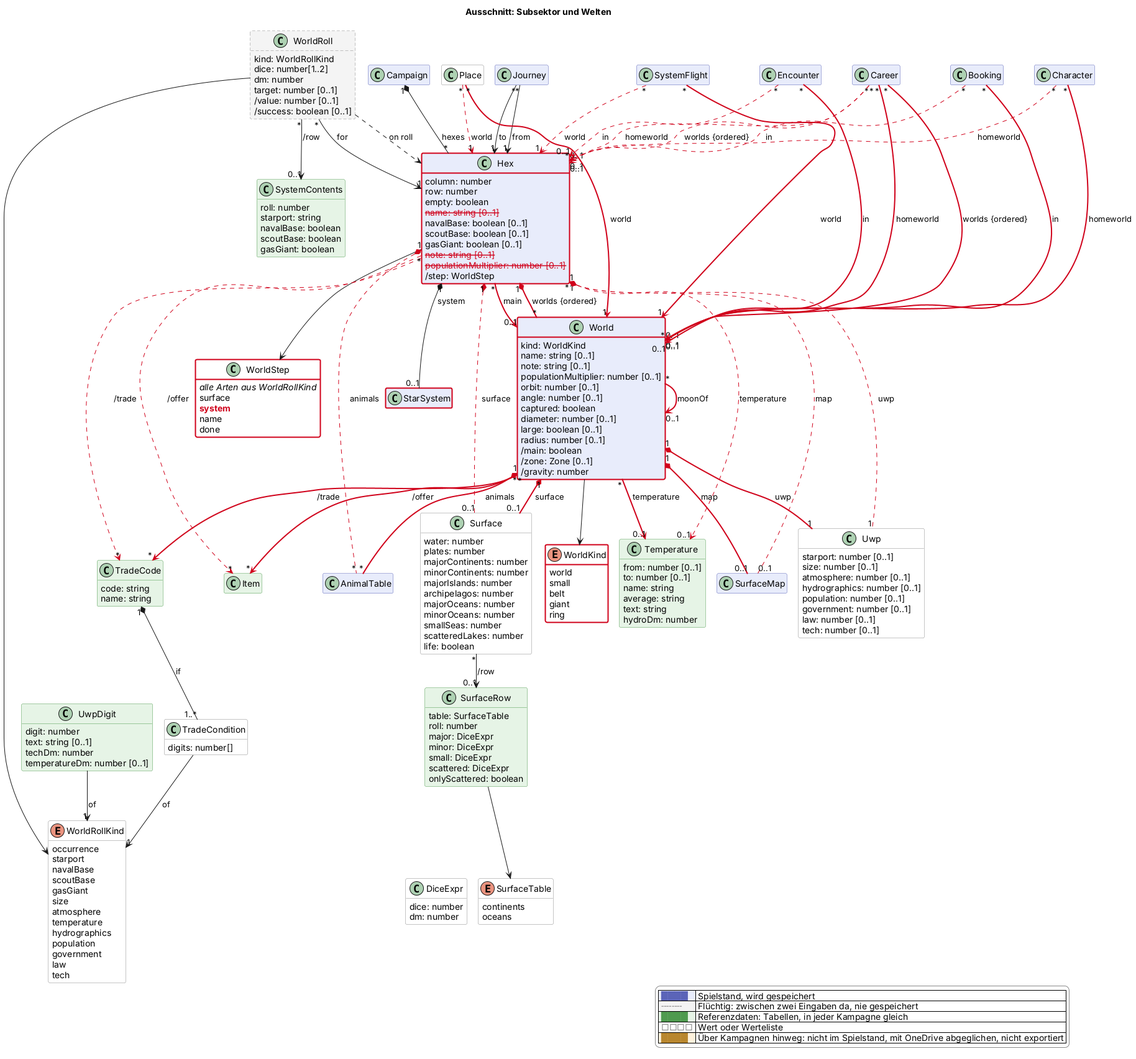
Before: docs/views/sektor.png, a diagram exported from PlantUML (scuzzar/SRE).
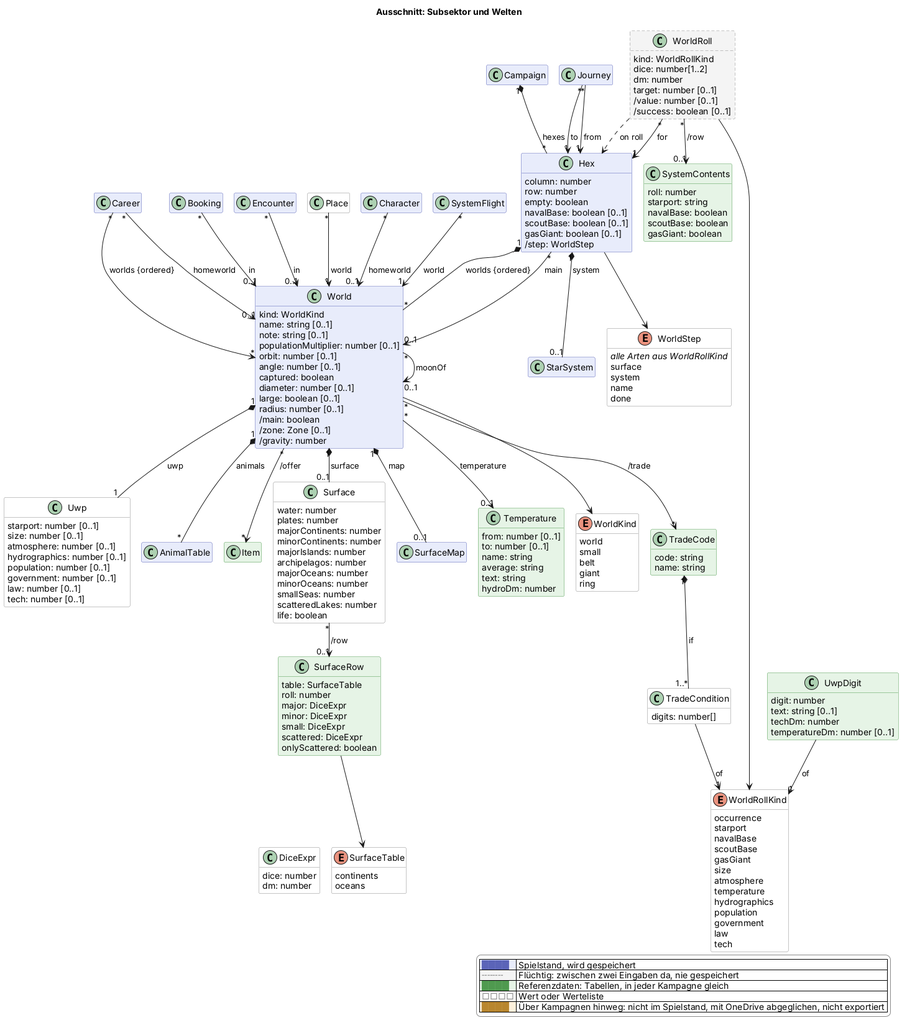
The same diagram one commit later.

Change to the diagram source:
```diff
@@ -83,15 +83,12 @@
     column: number
     row: number
     empty: boolean
-    $gone("2026-11-20b", "name: string [0..1]")
     navalBase: boolean [0..1]
     scoutBase: boolean [0..1]
     gasGiant: boolean [0..1]
-    $gone("2026-11-20b", "note: string [0..1]")
-    $gone("2026-11-20b", "populationMultiplier: number [0..1]")
     /step: WorldStep
   }
-  class World $sektor $newClass("2026-11-20b") {
+  class World $sektor {
     kind: WorldKind
     name: string [0..1]
     note: string [0..1]
@@ -106,7 +103,7 @@
     /zone: Zone [0..1]
     /gravity: number
   }
-  enum WorldKind <<value>> $sektor $newClass("2026-11-20b") {
+  enum WorldKind <<value>> $sektor {
     world
     small
     belt
@@ -218,51 +215,40 @@
   enum WorldStep <<value>> $sektor {
     <i>alle Arten aus WorldRollKind</i>
     surface
-    $new("2026-11-20", "system")
+    system
     name
     done
   }
 
-Booking "*" -$goneArrow("2026-11-20b")-> "0..1" Hex : in
-Booking "*" -$newArrow("2026-11-20b")-> "0..1" World : in
+Booking "*" --> "0..1" World : in
 
 
-SystemFlight "*" -$goneArrow("2026-11-20b")-> "1" Hex : world
-SystemFlight "*" -$newArrow("2026-11-20b")-> "1" World : world
+SystemFlight "*" --> "1" World : world
 Hex "1" *-- "0..1" StarSystem : system
-Hex "1" *-$newArrow("2026-11-20b")- "*" World : worlds {ordered}
-Hex "*" -$newArrow("2026-11-20b")-> "0..1" World : main
-World "*" -$newArrow("2026-11-20b")-> "0..1" World : moonOf
+Hex "1" *-- "*" World : worlds {ordered}
+Hex "*" --> "0..1" World : main
+World "*" --> "0..1" World : moonOf
 World --> WorldKind
 
 Journey "*" --> "1" Hex : from
 Journey "*" --> "1" Hex : to
 
-Career "*" -$goneArrow("2026-11-20b")-> "0..1" Hex : homeworld
-Career "*" -$newArrow("2026-11-20b")-> "0..1" World : homeworld
-Career "*" -$goneArrow("2026-11-20b")-> "*" Hex : worlds {ordered}
-Career "*" -$newArrow("2026-11-20b")-> "*" World : worlds {ordered}
-Character "*" -$goneArrow("2026-11-20b")-> "0..1" Hex : homeworld
-Character "*" -$newArrow("2026-11-20b")-> "0..1" World : homeworld
+Career "*" --> "0..1" World : homeworld
+Career "*" --> "*" World : worlds {ordered}
+Character "*" --> "0..1" World : homeworld
 
 
 Campaign "1" *-- "*" Hex : hexes
-Hex "1" *-$goneArrow("2026-11-20b")- "1" Uwp : uwp
-World "1" *-$newArrow("2026-11-20b")- "1" Uwp : uwp
+World "1" *-- "1" Uwp : uwp
 Hex --> WorldStep
 WorldRoll "*" --> "1" Hex : for
 WorldRoll ..> Hex : on roll
-Hex "*" -$goneArrow("2026-11-20b")-> "*" TradeCode : /trade
-World "*" -$newArrow("2026-11-20b")-> "*" TradeCode : /trade
-Hex "*" -$goneArrow("2026-11-20b")-> "0..1" Temperature : temperature
-World "*" -$newArrow("2026-11-20b")-> "0..1" Temperature : temperature
-Hex "1" *-$goneArrow("2026-11-20b")- "0..1" Surface : surface
-World "1" *-$newArrow("2026-11-20b")- "0..1" Surface : surface
+World "*" --> "*" TradeCode : /trade
+World "*" --> "0..1" Temperature : temperature
+World "1" *-- "0..1" Surface : surface
 Surface "*" --> "0..1" SurfaceRow : /row
-Hex "1" *-$goneArrow("2026-11-20b")- "0..1" SurfaceMap : map
-World "1" *-$newArrow("2026-11-20b")- "0..1" SurfaceMap : map
-Place "*" -$goneArrow("2026-11-20b")-> "1" Hex : world
-Place "*" -$newArrow("2026-11-20b")-> "1" World : world
+World "1" *-- "0..1" SurfaceMap : map
+Place "*" --> "1" World : world
 SurfaceRow --> SurfaceTable
 SurfaceRow -[hidden]- DiceExpr
 WorldRoll --> WorldRollKind
@@ -272,16 +258,13 @@
 TradeCondition --> "1" WorldRollKind : of
 
 
-Hex "*" -$goneArrow("2026-11-20b")-> "*" Item : /offer
-World "*" -$newArrow("2026-11-20b")-> "*" Item : /offer
+World "*" --> "*" Item : /offer
 
 
 
 
-Hex "1" *-$goneArrow("2026-11-20b")- "*" AnimalTable : animals
-World "1" *-$newArrow("2026-11-20b")- "*" AnimalTable : animals
-Encounter "*" -$goneArrow("2026-11-20b")-> "0..1" Hex : in
-Encounter "*" -$newArrow("2026-11-20b")-> "0..1" World : in
+World "1" *-- "*" AnimalTable : animals
+Encounter "*" --> "0..1" World : in
 
 
 
@@ -292,7 +275,4 @@
   |<#ffffff> <color:#8a8a8a>□□□□</color> | Wert oder Werteliste |
   |<#fdf1dc> <color:#b8862e>████</color> | Über Kampagnen hinweg: nicht im Spielstand, mit OneDrive abgeglichen, nicht exportiert |
 endlegend
-class StarSystem #line:d0021b;line.bold
-class Hex #line:d0021b;line.bold
-class WorldStep #line:d0021b;line.bold
 @enduml
```
